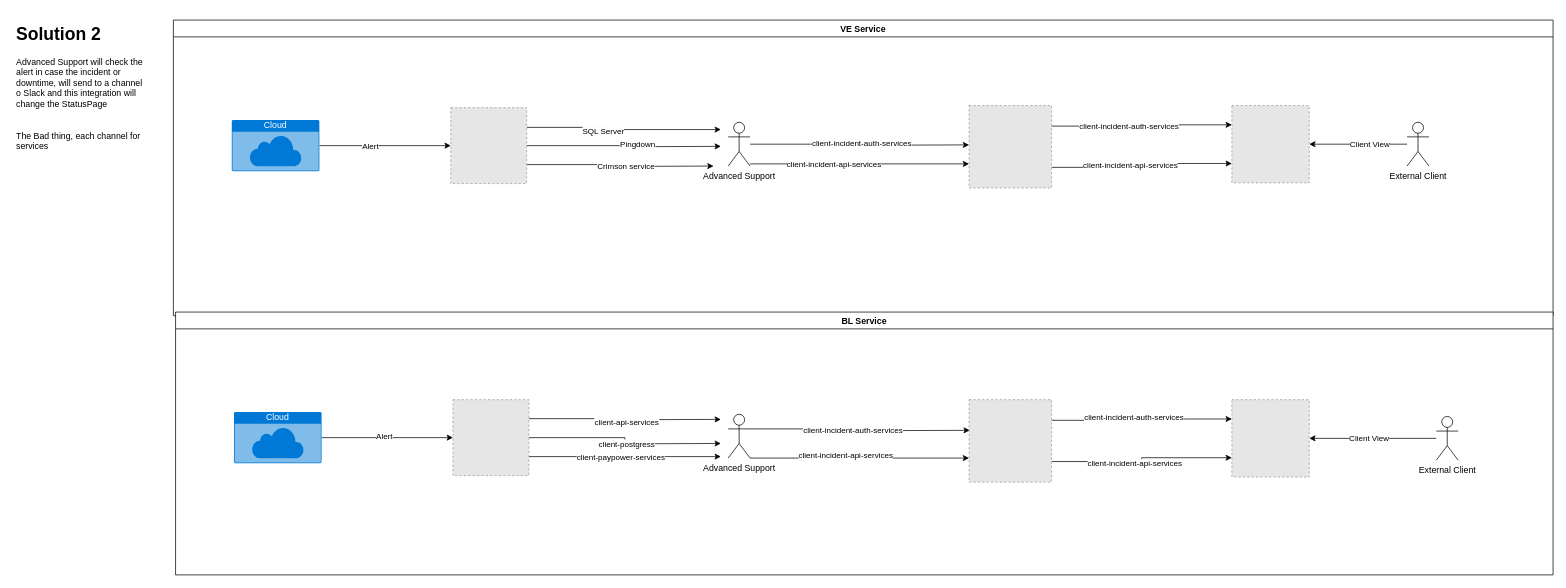
Above: page "Solution 2" (3 of 4) of IssuePDMetricsPTY.drawio in LucasLeiteCesar/DrawArch (draw.io), before the change. Source tidied: cells renumbered, new cells numbered last; positions are measured from the earlier drawing's top-left corner, leaving out a move shared by most shapes. Both pictures are drawn from the tidied source at 73%, with x=0, y=0 at pixel (12, 20). Pictures stored in the file or linked from it are replaced by grey dashed boxes.
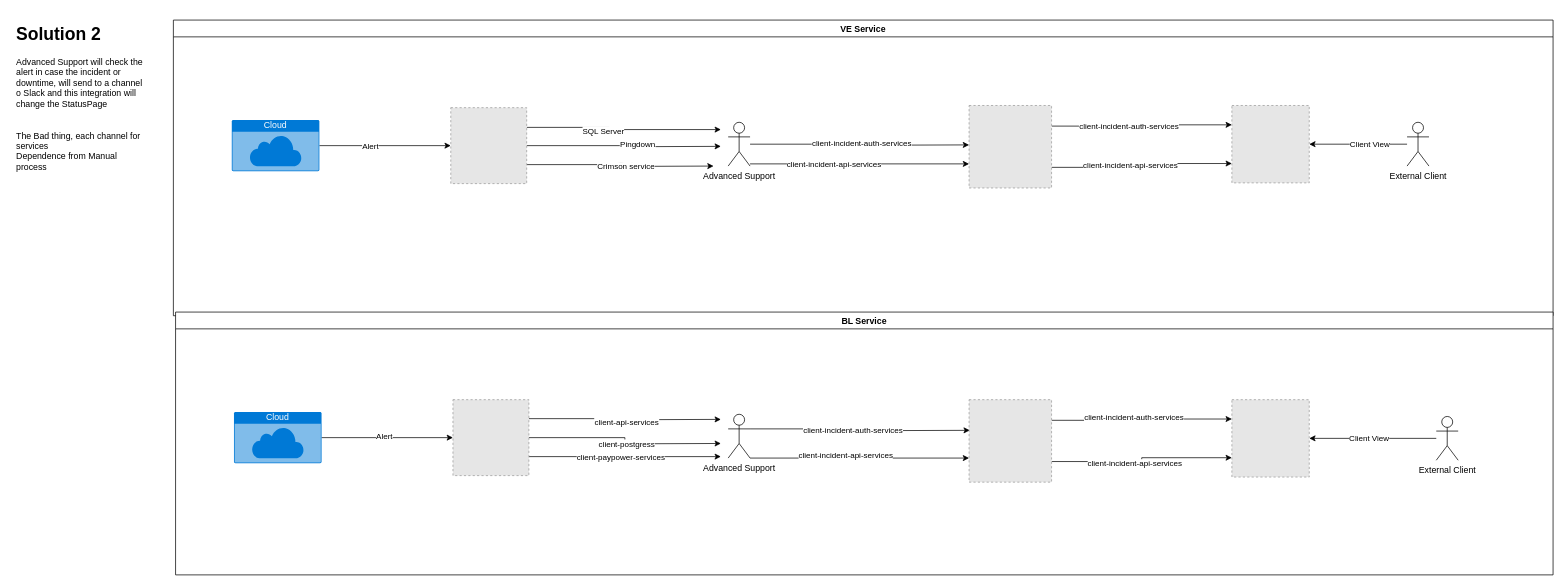
After the change.

Diff of the diagram source:
```diff
@@
-    <mxCell id="53" value="&lt;h1&gt;Solution 2&lt;br&gt;&lt;/h1&gt;&lt;div&gt;Advanced Support will check the alert in case the incident or downtime, will send to a channel o Slack and this integration will change the StatusPage&lt;/div&gt;&lt;div&gt;&lt;br&gt;&lt;/div&gt;&lt;div&gt;&lt;br&gt;&lt;/div&gt;&lt;div&gt;The Bad thing, each channel for services&lt;br&gt;&lt;/div&gt;" style="text;html=1;strokeColor=none;fillColor=none;spacing=5;spacingTop=-20;whiteSpace=wrap;overflow=hidden;rounded=0;" parent="1" vertex="1">
+    <mxCell id="53" value="&lt;h1&gt;Solution 2&lt;br&gt;&lt;/h1&gt;&lt;div&gt;Advanced Support will check the alert in case the incident or downtime, will send to a channel o Slack and this integration will change the StatusPage&lt;/div&gt;&lt;div&gt;&lt;br&gt;&lt;/div&gt;&lt;div&gt;&lt;br&gt;&lt;/div&gt;&lt;div&gt;The Bad thing, each channel for services&lt;/div&gt;&lt;div&gt;Dependence from Manual process&lt;/div&gt;" style="text;html=1;strokeColor=none;fillColor=none;spacing=5;spacingTop=-20;whiteSpace=wrap;overflow=hidden;rounded=0;" parent="1" vertex="1">
       <mxGeometry width="190" height="260" as="geometry" />
     </mxCell>
```
